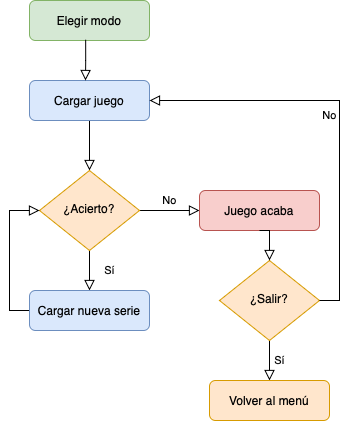
Before: media/diagrama.png, a diagram exported from draw.io (aom387ISO/higherOrLower). Source tidied: cells renumbered, new cells last; positions are measured from the earlier drawing's top-left corner, leaving out a move shared by most shapes.
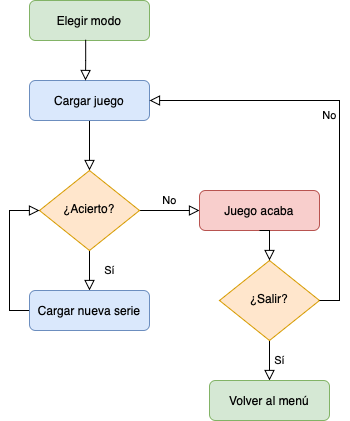
The same diagram one commit later.

Commit message:
Diagram color update

The edit, as a diff of the source:
```diff
@@ -40,7 +40,7 @@
     <mxCell id="13" value="¿Salir?" style="rhombus;whiteSpace=wrap;html=1;shadow=0;fontFamily=Helvetica;fontSize=12;align=center;strokeWidth=1;spacing=6;spacingTop=-4;fillColor=#ffe6cc;strokeColor=#d79b00;" parent="1" vertex="1">
       <mxGeometry x="190" y="260" width="100" height="80" as="geometry" />
     </mxCell>
-    <mxCell id="14" value="Volver al menú" style="rounded=1;whiteSpace=wrap;html=1;fontSize=12;glass=0;strokeWidth=1;shadow=0;fillColor=#ffe6cc;strokeColor=#d79b00;" parent="1" vertex="1">
+    <mxCell id="14" value="Volver al menú" style="rounded=1;whiteSpace=wrap;html=1;fontSize=12;glass=0;strokeWidth=1;shadow=0;fillColor=#d5e8d4;strokeColor=#82b366;" parent="1" vertex="1">
       <mxGeometry x="180" y="380" width="120" height="40" as="geometry" />
     </mxCell>
     <mxCell id="15" style="edgeStyle=orthogonalEdgeStyle;rounded=0;html=1;jettySize=auto;fontSize=11;endArrow=block;endFill=0;endSize=8;strokeWidth=1;shadow=0;labelBackgroundColor=none;exitX=0.5;exitY=1;exitDx=0;exitDy=0;entryX=0.5;entryY=0;entryDx=0;entryDy=0;" parent="1" edge="1" source="7" target="13">
```
